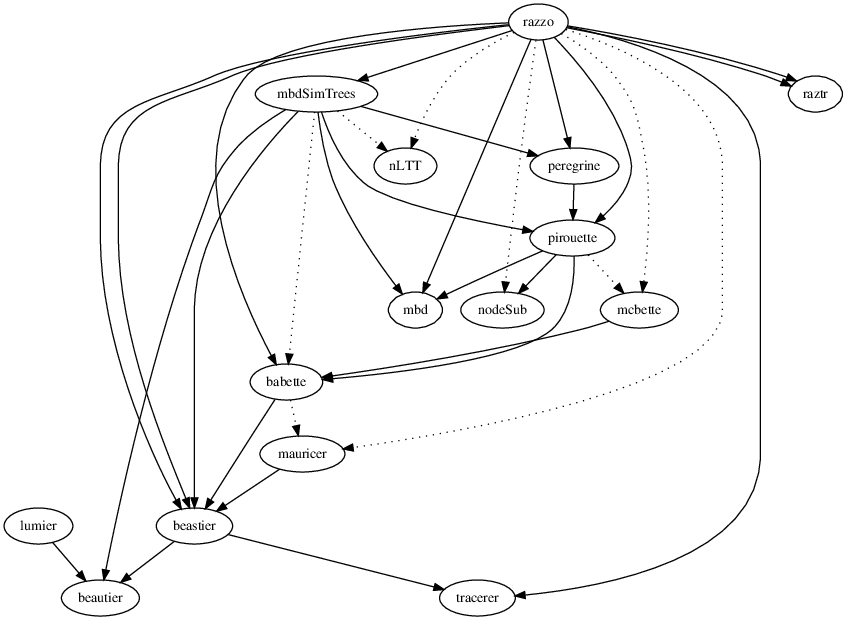
Above: doc/dependencies.png in richelbilderbeek/razzo (Graphviz), before the change. Its source is kept beside it as doc/dependencies.dot.
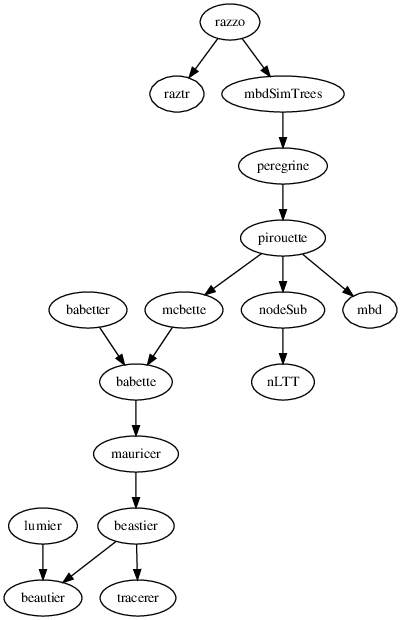
Later version of the same file.

What changed in the source:
```diff
@@ -1,36 +1,18 @@
 digraph G
 {
-  babette -> beastier;
-  babette -> mauricer [style=dotted];
+  babette -> mauricer;
   mauricer -> beastier;
   beastier -> tracerer;
   beastier -> beautier;
   lumier -> beautier;
+  babetter -> babette;
   mcbette -> babette;
-  pirouette -> babette;
-  pirouette -> mcbette [style=dotted];
+  nodeSub -> nLTT ;
+  pirouette -> mcbette;
   pirouette -> mbd;
   pirouette -> nodeSub;
   peregrine -> pirouette;
-  razzo -> pirouette;
-  razzo -> peregrine;
   razzo -> raztr;
-  razzo -> beastier;
-  razzo -> beastier;
-  razzo -> mbd;
   razzo -> mbdSimTrees;
-  razzo -> babette;
-  razzo -> tracerer;
-  razzo -> raztr;
-  razzo -> mauricer [style=dotted];
-  razzo -> mcbette [style=dotted];
-  razzo -> nLTT [style=dotted];
-  razzo -> nodeSub [style=dotted];
-  mbdSimTrees -> beastier;
-  mbdSimTrees -> beautier;
-  mbdSimTrees -> mbd;
   mbdSimTrees -> peregrine;
-  mbdSimTrees -> pirouette;
-  mbdSimTrees -> babette [style=dotted];
-  mbdSimTrees -> nLTT [style=dotted];
 }
```
